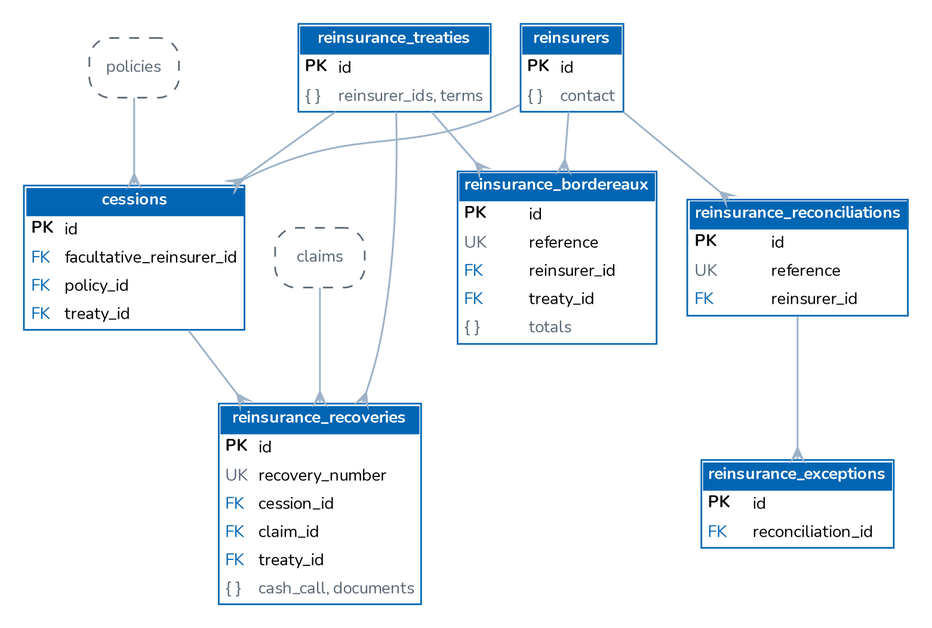
Earlier version of the Graphviz export docs/architecture/diagrams/er_reinsurance.png (IortaTexhNXT-DEV/BDOI-OOTB). Its source is kept beside it as docs/architecture/diagrams/er_reinsurance.dot.
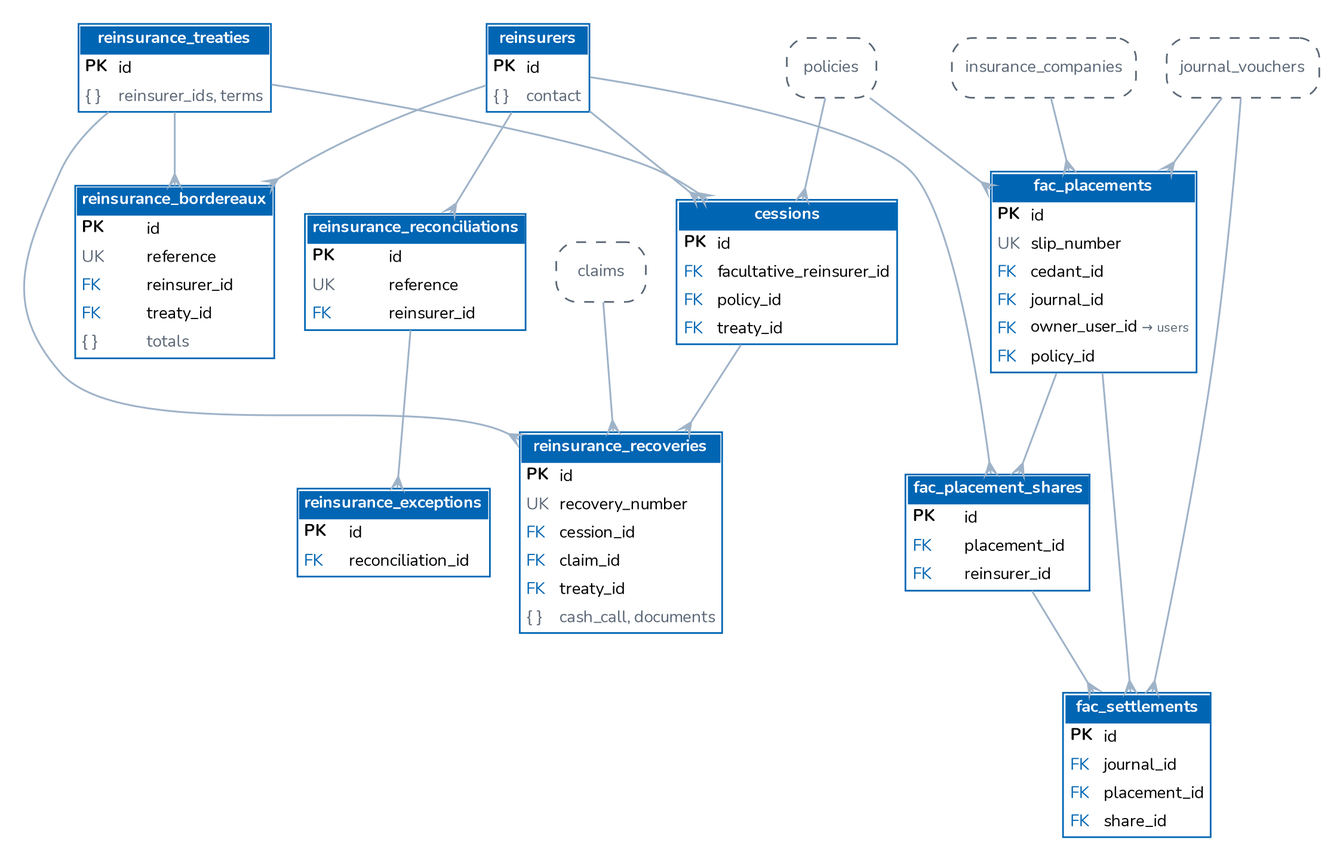
The same file after the commit.

Diff of the diagram source:
```diff
@@ -9,16 +9,29 @@
   "reinsurance_bordereaux" [label=<<table border="1" cellborder="0" cellspacing="0" cellpadding="3" color="#0065B3"><tr><td colspan="2" bgcolor="#0065B3"><font color="white"><b>reinsurance_bordereaux</b></font></td></tr><tr><td align="left" balign="left"><b>PK</b></td><td align="left">id</td></tr><tr><td align="left"><font color="#5B6776">UK</font></td><td align="left">reference</td></tr><tr><td align="left"><font color="#0065B3">FK</font></td><td align="left">reinsurer_id</td></tr><tr><td align="left"><font color="#0065B3">FK</font></td><td align="left">treaty_id</td></tr><tr><td align="left"><font color="#5B6776">{ }</font></td><td align="left"><font color="#5B6776">totals</font></td></tr></table>>];
   "reinsurance_reconciliations" [label=<<table border="1" cellborder="0" cellspacing="0" cellpadding="3" color="#0065B3"><tr><td colspan="2" bgcolor="#0065B3"><font color="white"><b>reinsurance_reconciliations</b></font></td></tr><tr><td align="left" balign="left"><b>PK</b></td><td align="left">id</td></tr><tr><td align="left"><font color="#5B6776">UK</font></td><td align="left">reference</td></tr><tr><td align="left"><font color="#0065B3">FK</font></td><td align="left">reinsurer_id</td></tr></table>>];
   "reinsurance_exceptions" [label=<<table border="1" cellborder="0" cellspacing="0" cellpadding="3" color="#0065B3"><tr><td colspan="2" bgcolor="#0065B3"><font color="white"><b>reinsurance_exceptions</b></font></td></tr><tr><td align="left" balign="left"><b>PK</b></td><td align="left">id</td></tr><tr><td align="left"><font color="#0065B3">FK</font></td><td align="left">reconciliation_id</td></tr></table>>];
+  "fac_placements" [label=<<table border="1" cellborder="0" cellspacing="0" cellpadding="3" color="#0065B3"><tr><td colspan="2" bgcolor="#0065B3"><font color="white"><b>fac_placements</b></font></td></tr><tr><td align="left" balign="left"><b>PK</b></td><td align="left">id</td></tr><tr><td align="left"><font color="#5B6776">UK</font></td><td align="left">slip_number</td></tr><tr><td align="left"><font color="#0065B3">FK</font></td><td align="left">cedant_id</td></tr><tr><td align="left"><font color="#0065B3">FK</font></td><td align="left">journal_id</td></tr><tr><td align="left"><font color="#0065B3">FK</font></td><td align="left">owner_user_id <font color="#5B6776" point-size="8">&#8594; users</font></td></tr><tr><td align="left"><font color="#0065B3">FK</font></td><td align="left">policy_id</td></tr></table>>];
+  "fac_placement_shares" [label=<<table border="1" cellborder="0" cellspacing="0" cellpadding="3" color="#0065B3"><tr><td colspan="2" bgcolor="#0065B3"><font color="white"><b>fac_placement_shares</b></font></td></tr><tr><td align="left" balign="left"><b>PK</b></td><td align="left">id</td></tr><tr><td align="left"><font color="#0065B3">FK</font></td><td align="left">placement_id</td></tr><tr><td align="left"><font color="#0065B3">FK</font></td><td align="left">reinsurer_id</td></tr></table>>];
+  "fac_settlements" [label=<<table border="1" cellborder="0" cellspacing="0" cellpadding="3" color="#0065B3"><tr><td colspan="2" bgcolor="#0065B3"><font color="white"><b>fac_settlements</b></font></td></tr><tr><td align="left" balign="left"><b>PK</b></td><td align="left">id</td></tr><tr><td align="left"><font color="#0065B3">FK</font></td><td align="left">journal_id</td></tr><tr><td align="left"><font color="#0065B3">FK</font></td><td align="left">placement_id</td></tr><tr><td align="left"><font color="#0065B3">FK</font></td><td align="left">share_id</td></tr></table>>];
   "claims" [shape=box, style="rounded,dashed", color="#5B6776", fontcolor="#5B6776", label="claims"];
+  "insurance_companies" [shape=box, style="rounded,dashed", color="#5B6776", fontcolor="#5B6776", label="insurance_companies"];
+  "journal_vouchers" [shape=box, style="rounded,dashed", color="#5B6776", fontcolor="#5B6776", label="journal_vouchers"];
   "policies" [shape=box, style="rounded,dashed", color="#5B6776", fontcolor="#5B6776", label="policies"];
   "cessions" -> "reinsurance_recoveries";
   "claims" -> "reinsurance_recoveries";
+  "fac_placement_shares" -> "fac_settlements";
+  "fac_placements" -> "fac_placement_shares";
+  "fac_placements" -> "fac_settlements";
+  "insurance_companies" -> "fac_placements";
+  "journal_vouchers" -> "fac_placements";
+  "journal_vouchers" -> "fac_settlements";
   "policies" -> "cessions";
+  "policies" -> "fac_placements";
   "reinsurance_reconciliations" -> "reinsurance_exceptions";
   "reinsurance_treaties" -> "cessions";
   "reinsurance_treaties" -> "reinsurance_bordereaux";
   "reinsurance_treaties" -> "reinsurance_recoveries";
   "reinsurers" -> "cessions";
+  "reinsurers" -> "fac_placement_shares";
   "reinsurers" -> "reinsurance_bordereaux";
   "reinsurers" -> "reinsurance_reconciliations";
 }
```
